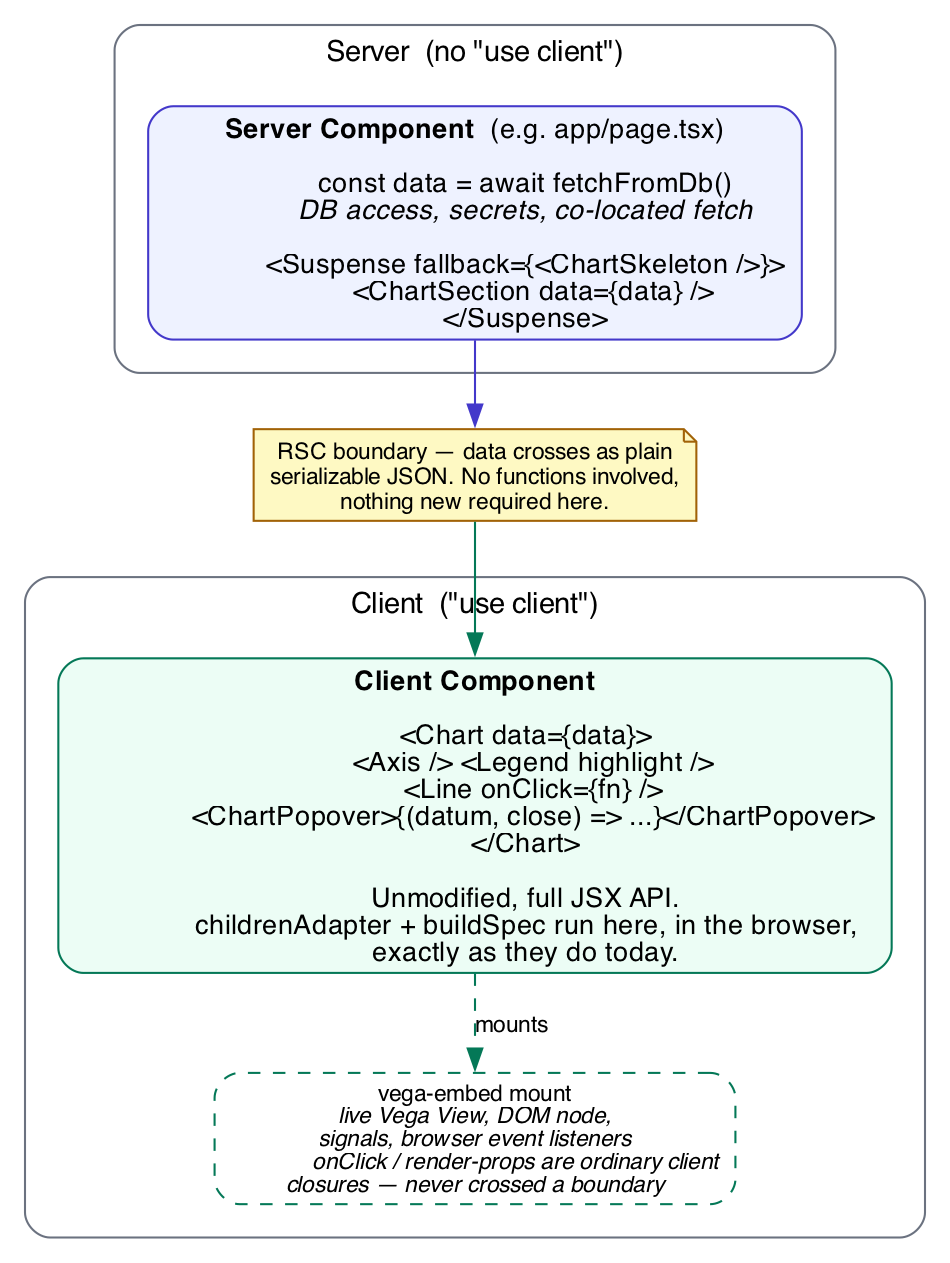
This is planning/research/rsc-support/rsc-rendering-flow.png from adobe/react-spectrum-charts, a Graphviz export, as it was before one commit. Its source is kept beside it as planning/research/rsc-support/rsc-rendering-flow.dot. The source it was exported from:
```dot
digraph rsc_rendering_flow {
  rankdir=TB;
  fontname="Helvetica";
  bgcolor="white";
  node [fontname="Helvetica", shape=box, style="rounded,filled", fontsize=13];
  edge [fontname="Helvetica", fontsize=11];

  subgraph cluster_server {
    label="Server  (no \"use client\")";
    fontsize=14;
    style="rounded";
    color="#6b7280";
    margin=16;

    server [
      label=<<b>Server Component</b>  (e.g. app/page.tsx)<br/><br/>
             const data = await fetchFromDb()<br/>
             <i>DB access, secrets, co-located fetch</i><br/><br/>
             &lt;Suspense fallback={&lt;ChartSkeleton /&gt;}&gt;<br/>
             &nbsp;&nbsp;&lt;ChartSection data={data} /&gt;<br/>
             &lt;/Suspense&gt;>,
      fillcolor="#eef2ff", color="#4338ca"
    ];
  }

  boundary [
    label="RSC boundary — data crosses as plain\nserializable JSON. No functions involved,\nnothing new required here.",
    shape=note, fillcolor="#fef9c3", color="#a16207", fontsize=11
  ];

  subgraph cluster_client {
    label="Client  (\"use client\")";
    fontsize=14;
    style="rounded";
    color="#6b7280";
    margin=16;

    client [
      label=<<b>Client Component</b><br/><br/>
             &lt;Chart data={data}&gt;<br/>
             &nbsp;&nbsp;&lt;Axis /&gt; &lt;Legend highlight /&gt;<br/>
             &nbsp;&nbsp;&lt;Line onClick={fn} /&gt;<br/>
             &nbsp;&nbsp;&lt;ChartPopover&gt;{(datum, close) =&gt; ...}&lt;/ChartPopover&gt;<br/>
             &lt;/Chart&gt;<br/><br/>
             Unmodified, full JSX API.<br/>
             childrenAdapter + buildSpec run here, in the browser,<br/>
             exactly as they do today.>,
      fillcolor="#ecfdf5", color="#047857"
    ];

    vega [
      label=<vega-embed mount<br/><i>live Vega View, DOM node,<br/>signals, browser event listeners</i><br/>
             <i>onClick / render-props are ordinary client<br/>closures — never crossed a boundary</i>>,
      fillcolor="#ffffff", color="#047857", style="rounded,dashed", fontsize=11
    ];

    client -> vega [style=dashed, color="#047857", label="mounts"];
  }

  server -> boundary [color="#4338ca"];
  boundary -> client [color="#047857"];
}
```
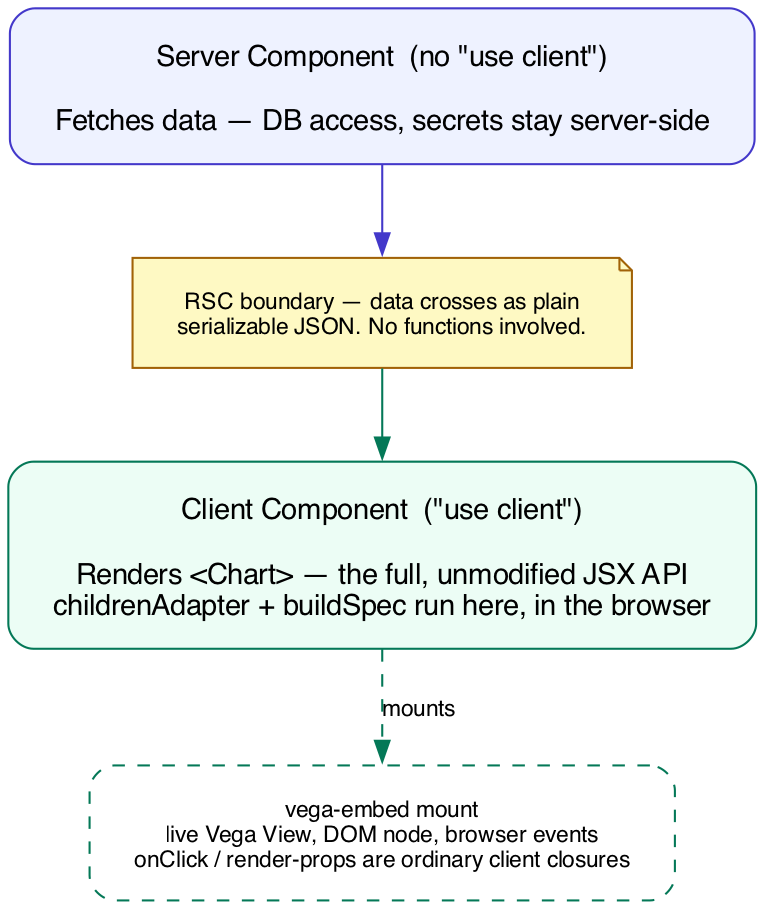
After the change.

Commit message:
docs: simplify RSC rendering-flow diagram

Diff of the diagram source:
```diff
@@ -2,61 +2,32 @@
   rankdir=TB;
   fontname="Helvetica";
   bgcolor="white";
-  node [fontname="Helvetica", shape=box, style="rounded,filled", fontsize=13];
+  nodesep=0.5;
+  ranksep=0.6;
+  node [fontname="Helvetica", shape=box, style="rounded,filled", fontsize=14, margin="0.3,0.2"];
   edge [fontname="Helvetica", fontsize=11];
 
-  subgraph cluster_server {
-    label="Server  (no \"use client\")";
-    fontsize=14;
-    style="rounded";
-    color="#6b7280";
-    margin=16;
-
-    server [
-      label=<<b>Server Component</b>  (e.g. app/page.tsx)<br/><br/>
-             const data = await fetchFromDb()<br/>
-             <i>DB access, secrets, co-located fetch</i><br/><br/>
-             &lt;Suspense fallback={&lt;ChartSkeleton /&gt;}&gt;<br/>
-             &nbsp;&nbsp;&lt;ChartSection data={data} /&gt;<br/>
-             &lt;/Suspense&gt;>,
-      fillcolor="#eef2ff", color="#4338ca"
-    ];
-  }
+  server [
+    label="Server Component  (no \"use client\")\n\nFetches data — DB access, secrets stay server-side",
+    fillcolor="#eef2ff", color="#4338ca"
+  ];
 
   boundary [
-    label="RSC boundary — data crosses as plain\nserializable JSON. No functions involved,\nnothing new required here.",
+    label="RSC boundary — data crosses as plain\nserializable JSON. No functions involved.",
     shape=note, fillcolor="#fef9c3", color="#a16207", fontsize=11
   ];
 
-  subgraph cluster_client {
-    label="Client  (\"use client\")";
-    fontsize=14;
-    style="rounded";
-    color="#6b7280";
-    margin=16;
+  client [
+    label="Client Component  (\"use client\")\n\nRenders <Chart> — the full, unmodified JSX API\nchildrenAdapter + buildSpec run here, in the browser",
+    fillcolor="#ecfdf5", color="#047857"
+  ];
 
-    client [
-      label=<<b>Client Component</b><br/><br/>
-             &lt;Chart data={data}&gt;<br/>
-             &nbsp;&nbsp;&lt;Axis /&gt; &lt;Legend highlight /&gt;<br/>
-             &nbsp;&nbsp;&lt;Line onClick={fn} /&gt;<br/>
-             &nbsp;&nbsp;&lt;ChartPopover&gt;{(datum, close) =&gt; ...}&lt;/ChartPopover&gt;<br/>
-             &lt;/Chart&gt;<br/><br/>
-             Unmodified, full JSX API.<br/>
-             childrenAdapter + buildSpec run here, in the browser,<br/>
-             exactly as they do today.>,
-      fillcolor="#ecfdf5", color="#047857"
-    ];
-
-    vega [
-      label=<vega-embed mount<br/><i>live Vega View, DOM node,<br/>signals, browser event listeners</i><br/>
-             <i>onClick / render-props are ordinary client<br/>closures — never crossed a boundary</i>>,
-      fillcolor="#ffffff", color="#047857", style="rounded,dashed", fontsize=11
-    ];
-
-    client -> vega [style=dashed, color="#047857", label="mounts"];
-  }
+  vega [
+    label="vega-embed mount\nlive Vega View, DOM node, browser events\nonClick / render-props are ordinary client closures",
+    style="rounded,dashed", fillcolor="white", color="#047857", fontsize=11
+  ];
 
   server -> boundary [color="#4338ca"];
   boundary -> client [color="#047857"];
+  client -> vega [style=dashed, color="#047857", label="mounts"];
 }
```
